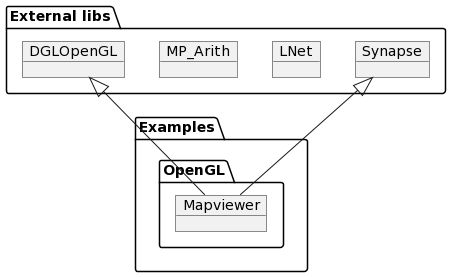
Above: Overview.png in PascalCorpsman/Examples (PlantUML), before the change.
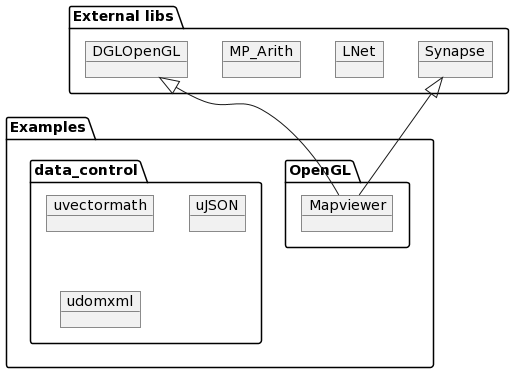
The same file after the commit.

What changed in the source:
```diff
@@ -4,6 +4,11 @@
 package "Examples" {
   package "OpenGL" {
    object Mapviewer
+  }
+  package "data_control" {
+   object uvectormath
+   object uJSON
+   object udomxml
   }
 }
 
```
